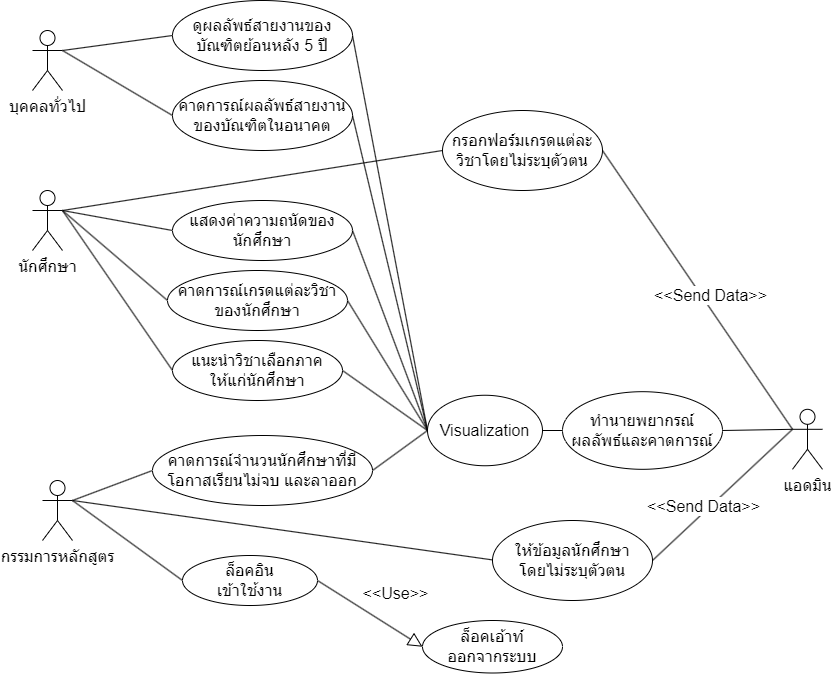
Before: Design_Architecture/usecase.png, a diagram exported from draw.io (MashMaleLLO/Analytics_and_Prediction_System_for_CE_Curriculum_administrators). Source tidied: cells renumbered, new cells last; positions are measured from the earlier drawing's top-left corner, leaving out a move shared by most shapes. Its diagram source:
```xml
<mxGraphModel>
  <root>
    <mxCell id="0" />
    <mxCell id="1" parent="0" />
    <mxCell id="2" style="edgeStyle=none;rounded=0;jettySize=auto;html=1;exitX=1;exitY=0.3333333333333333;exitDx=0;exitDy=0;exitPerimeter=0;entryX=0;entryY=0.5;entryDx=0;entryDy=0;startArrow=none;startFill=0;endArrow=none;endFill=0;strokeColor=default;fontSize=16;" parent="1" edge="1" source="6" target="20">
      <mxGeometry relative="1" as="geometry" />
    </mxCell>
    <mxCell id="3" style="edgeStyle=none;rounded=0;jettySize=auto;html=1;exitX=1;exitY=0.3333333333333333;exitDx=0;exitDy=0;exitPerimeter=0;entryX=0;entryY=0.5;entryDx=0;entryDy=0;startArrow=none;startFill=0;endArrow=none;endFill=0;strokeColor=default;fontSize=16;" parent="1" edge="1" source="6" target="23">
      <mxGeometry relative="1" as="geometry" />
    </mxCell>
    <mxCell id="4" style="edgeStyle=none;rounded=0;jettySize=auto;html=1;exitX=1;exitY=0.3333333333333333;exitDx=0;exitDy=0;exitPerimeter=0;entryX=0;entryY=0.5;entryDx=0;entryDy=0;startArrow=none;startFill=0;endArrow=none;endFill=0;strokeColor=default;fontSize=16;" parent="1" edge="1" source="6" target="21">
      <mxGeometry relative="1" as="geometry" />
    </mxCell>
    <mxCell id="5" style="edgeStyle=none;rounded=0;jettySize=auto;html=1;exitX=1;exitY=0.3333333333333333;exitDx=0;exitDy=0;exitPerimeter=0;entryX=0;entryY=0.5;entryDx=0;entryDy=0;startArrow=none;startFill=0;endArrow=none;endFill=0;strokeColor=default;fontSize=16;" parent="1" edge="1" source="6" target="22">
      <mxGeometry relative="1" as="geometry" />
    </mxCell>
    <mxCell id="6" value="นักศึกษา" style="shape=umlActor;verticalLabelPosition=bottom;verticalAlign=top;html=1;outlineConnect=0;fontSize=16;" parent="1" vertex="1">
      <mxGeometry y="190" width="30" height="60" as="geometry" />
    </mxCell>
    <mxCell id="7" style="edgeStyle=none;rounded=0;jettySize=auto;html=1;exitX=1;exitY=0.3333333333333333;exitDx=0;exitDy=0;exitPerimeter=0;entryX=0;entryY=0.5;entryDx=0;entryDy=0;endArrow=none;endFill=0;fontSize=16;" parent="1" edge="1" source="10" target="13">
      <mxGeometry relative="1" as="geometry" />
    </mxCell>
    <mxCell id="8" style="edgeStyle=none;rounded=0;jettySize=auto;html=1;exitX=1;exitY=0.3333333333333333;exitDx=0;exitDy=0;exitPerimeter=0;entryX=0;entryY=0.5;entryDx=0;entryDy=0;startArrow=none;startFill=0;endArrow=none;endFill=0;strokeColor=default;fontSize=16;" parent="1" edge="1" source="10" target="24">
      <mxGeometry relative="1" as="geometry" />
    </mxCell>
    <mxCell id="9" style="edgeStyle=none;rounded=0;jettySize=auto;html=1;exitX=1;exitY=0.3333333333333333;exitDx=0;exitDy=0;exitPerimeter=0;startArrow=none;startFill=0;endArrow=none;endFill=0;strokeColor=default;entryX=0.026;entryY=0.5;entryDx=0;entryDy=0;entryPerimeter=0;fontSize=16;" parent="1" edge="1" source="10" target="27">
      <mxGeometry relative="1" as="geometry" />
    </mxCell>
    <mxCell id="10" value="กรรมการหลักสูตร" style="shape=umlActor;verticalLabelPosition=bottom;verticalAlign=top;html=1;outlineConnect=0;fontSize=16;" parent="1" vertex="1">
      <mxGeometry x="10" y="480" width="30" height="60" as="geometry" />
    </mxCell>
    <mxCell id="11" style="edgeStyle=none;rounded=0;jettySize=auto;html=1;exitX=1;exitY=0.5;exitDx=0;exitDy=0;endArrow=block;endFill=0;startArrow=none;startFill=0;strokeColor=default;entryX=0;entryY=0.5;entryDx=0;entryDy=0;fontSize=16;strokeWidth=1;endSize=12;" parent="1" edge="1" source="13" target="17">
      <mxGeometry relative="1" as="geometry" />
    </mxCell>
    <mxCell id="12" value="&amp;lt;&amp;lt;Use&amp;gt;&amp;gt;" style="edgeLabel;html=1;align=center;verticalAlign=middle;fontSize=16;labelBackgroundColor=none;" parent="11" vertex="1">
      <mxGeometry x="-0.05" y="1" relative="1" as="geometry">
        <mxPoint x="27" y="-18" as="offset" />
      </mxGeometry>
    </mxCell>
    <mxCell id="13" value="ล็อคอิน&lt;br&gt;เข้าใช้งาน" style="ellipse;whiteSpace=wrap;html=1;fontSize=16;" parent="1" vertex="1">
      <mxGeometry x="150" y="555" width="135" height="50" as="geometry" />
    </mxCell>
    <mxCell id="14" style="edgeStyle=none;rounded=0;jettySize=auto;html=1;exitX=1;exitY=0.3333333333333333;exitDx=0;exitDy=0;exitPerimeter=0;entryX=0;entryY=0.5;entryDx=0;entryDy=0;startArrow=none;startFill=0;endArrow=none;endFill=0;strokeColor=default;fontSize=16;" parent="1" edge="1" source="16" target="39">
      <mxGeometry relative="1" as="geometry" />
    </mxCell>
    <mxCell id="15" style="edgeStyle=none;rounded=0;jettySize=auto;html=1;exitX=1;exitY=0.3333333333333333;exitDx=0;exitDy=0;exitPerimeter=0;entryX=0;entryY=0.5;entryDx=0;entryDy=0;startArrow=none;startFill=0;endArrow=none;endFill=0;strokeColor=default;fontSize=16;" parent="1" edge="1" source="16" target="41">
      <mxGeometry relative="1" as="geometry" />
    </mxCell>
    <mxCell id="16" value="บุคคลทั่วไป" style="shape=umlActor;verticalLabelPosition=bottom;verticalAlign=top;html=1;outlineConnect=0;fontSize=16;" parent="1" vertex="1">
      <mxGeometry y="30" width="30" height="60" as="geometry" />
    </mxCell>
    <mxCell id="17" value="ล็อคเอ้าท์&lt;br&gt;ออกจากระบบ" style="ellipse;whiteSpace=wrap;html=1;fontSize=16;" parent="1" vertex="1">
      <mxGeometry x="390" y="620" width="140" height="52.5" as="geometry" />
    </mxCell>
    <mxCell id="18" style="edgeStyle=none;rounded=0;jettySize=auto;html=1;exitX=1;exitY=0.5;exitDx=0;exitDy=0;startArrow=none;startFill=0;endArrow=none;endFill=0;strokeColor=default;entryX=0;entryY=0.3333333333333333;entryDx=0;entryDy=0;entryPerimeter=0;fontSize=16;" parent="1" edge="1" source="20" target="38">
      <mxGeometry relative="1" as="geometry" />
    </mxCell>
    <mxCell id="19" value="&amp;lt;&amp;lt;Send Data&amp;gt;&amp;gt;" style="edgeLabel;html=1;align=center;verticalAlign=middle;fontSize=16;labelBackgroundColor=default;" parent="18" vertex="1">
      <mxGeometry x="0.12" y="-1" relative="1" as="geometry">
        <mxPoint x="2" y="-12" as="offset" />
      </mxGeometry>
    </mxCell>
    <mxCell id="20" value="กรอกฟอร์มเกรดแต่ละวิชาโดยไม่ระบุตัวตน" style="ellipse;whiteSpace=wrap;html=1;fontSize=16;" parent="1" vertex="1">
      <mxGeometry x="410" y="110" width="160" height="80" as="geometry" />
    </mxCell>
    <mxCell id="21" value="คาดการณ์เกรดแต่ละวิชาของนักศึกษา" style="ellipse;whiteSpace=wrap;html=1;fontSize=16;" parent="1" vertex="1">
      <mxGeometry x="135" y="270" width="180" height="60" as="geometry" />
    </mxCell>
    <mxCell id="22" value="แนะนำวิชาเลือกภาค&lt;br&gt;ให้แก่นักศึกษา" style="ellipse;whiteSpace=wrap;html=1;fontSize=16;" parent="1" vertex="1">
      <mxGeometry x="140" y="340" width="170" height="60" as="geometry" />
    </mxCell>
    <mxCell id="23" value="แสดงค่าความถนัดของนักศึกษา" style="ellipse;whiteSpace=wrap;html=1;fontSize=16;" parent="1" vertex="1">
      <mxGeometry x="140" y="200" width="180" height="60" as="geometry" />
    </mxCell>
    <mxCell id="24" value="คาดการณ์จำนวนนักศึกษาที่มี&lt;br&gt;โอกาสเรียนไม่จบ และลาออก" style="ellipse;whiteSpace=wrap;html=1;fontSize=16;" parent="1" vertex="1">
      <mxGeometry x="120" y="435" width="220" height="70" as="geometry" />
    </mxCell>
    <mxCell id="25" style="edgeStyle=none;rounded=0;jettySize=auto;html=1;exitX=1;exitY=0.5;exitDx=0;exitDy=0;startArrow=none;startFill=0;endArrow=none;endFill=0;strokeColor=default;entryX=0;entryY=0.3333333333333333;entryDx=0;entryDy=0;entryPerimeter=0;fontSize=16;" parent="1" edge="1" source="27" target="38">
      <mxGeometry relative="1" as="geometry" />
    </mxCell>
    <mxCell id="26" value="&amp;lt;&amp;lt;Send Data&amp;gt;&amp;gt;" style="edgeLabel;html=1;align=center;verticalAlign=middle;fontSize=16;" parent="25" vertex="1">
      <mxGeometry x="-0.11" y="-2" relative="1" as="geometry">
        <mxPoint x="-13" y="2" as="offset" />
      </mxGeometry>
    </mxCell>
    <mxCell id="27" value="ให้ข้อมูลนักศึกษา&lt;br&gt;โดยไม่ระบุตัวตน" style="ellipse;whiteSpace=wrap;html=1;fontSize=16;" parent="1" vertex="1">
      <mxGeometry x="460" y="520" width="160" height="80" as="geometry" />
    </mxCell>
    <mxCell id="28" style="edgeStyle=none;rounded=0;jettySize=auto;html=1;exitX=0;exitY=0.5;exitDx=0;exitDy=0;entryX=1;entryY=0.5;entryDx=0;entryDy=0;startArrow=none;startFill=0;endArrow=none;endFill=0;strokeColor=default;fontSize=16;" parent="1" edge="1" source="29" target="36">
      <mxGeometry relative="1" as="geometry" />
    </mxCell>
    <mxCell id="29" value="ทำนายพยากรณ์&lt;br&gt;ผลลัพธ์และคาดการณ์" style="ellipse;whiteSpace=wrap;html=1;fontSize=16;" parent="1" vertex="1">
      <mxGeometry x="530" y="391.2" width="160" height="77.6" as="geometry" />
    </mxCell>
    <mxCell id="30" style="edgeStyle=none;rounded=0;jettySize=auto;html=1;exitX=0;exitY=0.5;exitDx=0;exitDy=0;entryX=1;entryY=0.5;entryDx=0;entryDy=0;startArrow=none;startFill=0;endArrow=none;endFill=0;strokeColor=default;fontSize=16;" parent="1" edge="1" source="36" target="23">
      <mxGeometry relative="1" as="geometry" />
    </mxCell>
    <mxCell id="31" style="edgeStyle=none;rounded=0;jettySize=auto;html=1;exitX=0;exitY=0.5;exitDx=0;exitDy=0;entryX=1;entryY=0.5;entryDx=0;entryDy=0;startArrow=none;startFill=0;endArrow=none;endFill=0;strokeColor=default;fontSize=16;" parent="1" edge="1" source="36" target="21">
      <mxGeometry relative="1" as="geometry" />
    </mxCell>
    <mxCell id="32" style="edgeStyle=none;rounded=0;jettySize=auto;html=1;exitX=0;exitY=0.5;exitDx=0;exitDy=0;entryX=1;entryY=0.5;entryDx=0;entryDy=0;startArrow=none;startFill=0;endArrow=none;endFill=0;strokeColor=default;fontSize=16;" parent="1" edge="1" source="36" target="22">
      <mxGeometry relative="1" as="geometry" />
    </mxCell>
    <mxCell id="33" style="edgeStyle=none;rounded=0;jettySize=auto;html=1;exitX=0;exitY=0.5;exitDx=0;exitDy=0;entryX=1;entryY=0.5;entryDx=0;entryDy=0;startArrow=none;startFill=0;endArrow=none;endFill=0;strokeColor=default;fontSize=16;" parent="1" edge="1" source="36" target="24">
      <mxGeometry relative="1" as="geometry" />
    </mxCell>
    <mxCell id="34" style="edgeStyle=none;rounded=0;jettySize=auto;html=1;exitX=0;exitY=0.5;exitDx=0;exitDy=0;entryX=1;entryY=0.5;entryDx=0;entryDy=0;startArrow=none;startFill=0;endArrow=none;endFill=0;strokeColor=default;fontSize=16;" parent="1" edge="1" source="36" target="39">
      <mxGeometry relative="1" as="geometry" />
    </mxCell>
    <mxCell id="35" style="edgeStyle=none;rounded=0;jettySize=auto;html=1;exitX=0;exitY=0.5;exitDx=0;exitDy=0;entryX=1;entryY=0.5;entryDx=0;entryDy=0;startArrow=none;startFill=0;endArrow=none;endFill=0;strokeColor=default;fontSize=16;" parent="1" edge="1" source="36" target="41">
      <mxGeometry relative="1" as="geometry" />
    </mxCell>
    <mxCell id="36" value="Visualization" style="ellipse;whiteSpace=wrap;html=1;fontSize=16;" parent="1" vertex="1">
      <mxGeometry x="395" y="394.8" width="115" height="70.5" as="geometry" />
    </mxCell>
    <mxCell id="37" style="edgeStyle=none;rounded=0;jettySize=auto;html=1;exitX=0;exitY=0.3333333333333333;exitDx=0;exitDy=0;exitPerimeter=0;entryX=1;entryY=0.5;entryDx=0;entryDy=0;startArrow=none;startFill=0;endArrow=none;endFill=0;strokeColor=default;fontSize=16;" parent="1" edge="1" source="38" target="29">
      <mxGeometry relative="1" as="geometry" />
    </mxCell>
    <mxCell id="38" value="แอดมิน" style="shape=umlActor;verticalLabelPosition=bottom;verticalAlign=top;html=1;outlineConnect=0;fontSize=16;" parent="1" vertex="1">
      <mxGeometry x="760" y="408.8" width="30" height="60" as="geometry" />
    </mxCell>
    <mxCell id="39" value="ดูผลลัพธ์สายงานของบัณฑิตย้อนหลัง 5 ปี" style="ellipse;whiteSpace=wrap;html=1;fontSize=16;" parent="1" vertex="1">
      <mxGeometry x="140" width="180" height="70" as="geometry" />
    </mxCell>
    <mxCell id="40" style="edgeStyle=none;rounded=0;orthogonalLoop=1;jettySize=auto;html=1;exitX=0.5;exitY=1;exitDx=0;exitDy=0;startArrow=none;startFill=0;endArrow=none;endFill=0;strokeColor=default;fontSize=16;" parent="1" edge="1" source="23" target="23">
      <mxGeometry relative="1" as="geometry" />
    </mxCell>
    <mxCell id="41" value="คาดการณ์ผลลัพธ์สายงานของบัณฑิตในอนาคต" style="ellipse;whiteSpace=wrap;html=1;fontSize=16;" parent="1" vertex="1">
      <mxGeometry x="140" y="80" width="180" height="70" as="geometry" />
    </mxCell>
  </root>
</mxGraphModel>
```
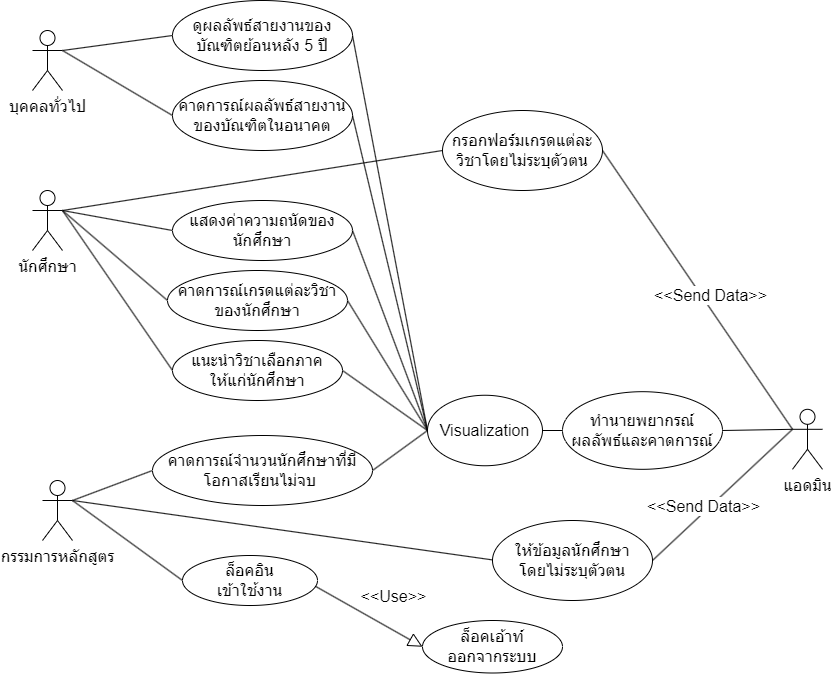
The same file after the commit.

What changed in the source:
```diff
@@ -29,7 +29,7 @@
     <mxCell id="10" value="กรรมการหลักสูตร" style="shape=umlActor;verticalLabelPosition=bottom;verticalAlign=top;html=1;outlineConnect=0;fontSize=16;" parent="1" vertex="1">
       <mxGeometry x="10" y="480" width="30" height="60" as="geometry" />
     </mxCell>
-    <mxCell id="11" style="edgeStyle=none;rounded=0;jettySize=auto;html=1;exitX=1;exitY=0.5;exitDx=0;exitDy=0;endArrow=block;endFill=0;startArrow=none;startFill=0;strokeColor=default;entryX=0;entryY=0.5;entryDx=0;entryDy=0;fontSize=16;strokeWidth=1;endSize=12;" parent="1" edge="1" source="13" target="17">
+    <mxCell id="11" style="edgeStyle=none;rounded=0;jettySize=auto;html=1;exitX=0.981;exitY=0.61;exitDx=0;exitDy=0;endArrow=block;endFill=0;startArrow=none;startFill=0;strokeColor=default;entryX=0;entryY=0.5;entryDx=0;entryDy=0;fontSize=16;strokeWidth=1;endSize=12;exitPerimeter=0;" parent="1" edge="1" source="13" target="17">
       <mxGeometry relative="1" as="geometry" />
     </mxCell>
     <mxCell id="12" value="&amp;lt;&amp;lt;Use&amp;gt;&amp;gt;" style="edgeLabel;html=1;align=center;verticalAlign=middle;fontSize=16;labelBackgroundColor=none;" parent="11" vertex="1">
@@ -72,7 +72,7 @@
     <mxCell id="23" value="แสดงค่าความถนัดของนักศึกษา" style="ellipse;whiteSpace=wrap;html=1;fontSize=16;" parent="1" vertex="1">
       <mxGeometry x="140" y="200" width="180" height="60" as="geometry" />
     </mxCell>
-    <mxCell id="24" value="คาดการณ์จำนวนนักศึกษาที่มี&lt;br&gt;โอกาสเรียนไม่จบ และลาออก" style="ellipse;whiteSpace=wrap;html=1;fontSize=16;" parent="1" vertex="1">
+    <mxCell id="24" value="คาดการณ์จำนวนนักศึกษาที่มี&lt;br&gt;โอกาสเรียนไม่จบ&amp;nbsp;" style="ellipse;whiteSpace=wrap;html=1;fontSize=16;" parent="1" vertex="1">
       <mxGeometry x="120" y="435" width="220" height="70" as="geometry" />
     </mxCell>
     <mxCell id="25" style="edgeStyle=none;rounded=0;jettySize=auto;html=1;exitX=1;exitY=0.5;exitDx=0;exitDy=0;startArrow=none;startFill=0;endArrow=none;endFill=0;strokeColor=default;entryX=0;entryY=0.3333333333333333;entryDx=0;entryDy=0;entryPerimeter=0;fontSize=16;" parent="1" edge="1" source="27" target="38">
```
